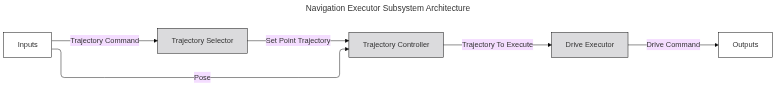
The Mermaid diagram Systems/Navigation/Subsystems/NavigationExecutor/doc/mermaid/NavigationExecutorSubsystemArchitecture.png in fastrobotics/robot_framework, before a commit. Its source is kept beside it as Systems/Navigation/Subsystems/NavigationExecutor/doc/mermaid/NavigationExecutorSubsystemArchitecture.mmd. Its diagram source:
```mermaid
---
config:
  layout: elk
  theme: base
  themeCSS: |
    .node rect { fill: rgba(30, 30, 46, 0.16) !important; stroke: #000000 !important; }
    .label { fill: #000000 !important; }

    .cssBoundary rect { fill: #ffffff !important; stroke: #000000 !important; }
    .cssBoundary .label { fill: #000000 !important; }

    .cssInvestigating rect { fill: #ffff00 !important; stroke: #000000 !important; }
    .cssInvestigating .label { fill: #000000 !important; }

    .cssDeveloping rect { fill: #ffab00 !important; stroke: #000000 !important; }
    .cssDeveloping .label { fill: #000000 !important; }

    .cssTrivialComplete rect { fill: #ffc0cb !important; stroke: #000000 !important; }
    .cssTrivialComplete .label { fill: #000000 !important; }

    .cssMinimalComplete rect { fill: #00ff00 !important; stroke: #000000 !important; }
    .cssMinimalComplete .label { fill: #000000 !important; }

    .cssFullyComplete rect { fill: #00ffff !important; stroke: #000000 !important; }
    .cssFullyComplete .label { fill: #000000 !important; }

    .cssSkipped rect { fill: #ff0000 !important; stroke: #000000 !important; }
    .cssSkipped .label { fill: #000000 !important; }

title: Navigation Executor Subsystem Architecture
---
graph LR
    Inputs
    TrajectorySelector[Trajectory Selector]
    TrajectoryController[Trajectory Controller]
    DriveExecutor[Drive Executor]
    Outputs

    Inputs --> |Trajectory Command| TrajectorySelector
    Inputs --> |Pose | TrajectoryController

    TrajectorySelector --> |Set Point Trajectory | TrajectoryController

    TrajectoryController --> |Trajectory To Execute | DriveExecutor

    DriveExecutor --> |Drive Command | Outputs

    class Inputs,Outputs cssBoundary
```
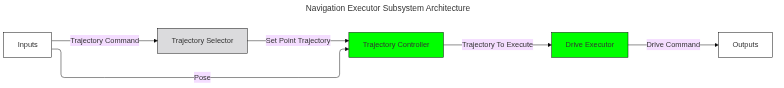
Above is the later version.

What changed in the source:
```diff
@@ -46,3 +46,4 @@
     DriveExecutor --> |Drive Command | Outputs
 
     class Inputs,Outputs cssBoundary
+    class TrajectoryController,DriveExecutor cssMinimalComplete
```
